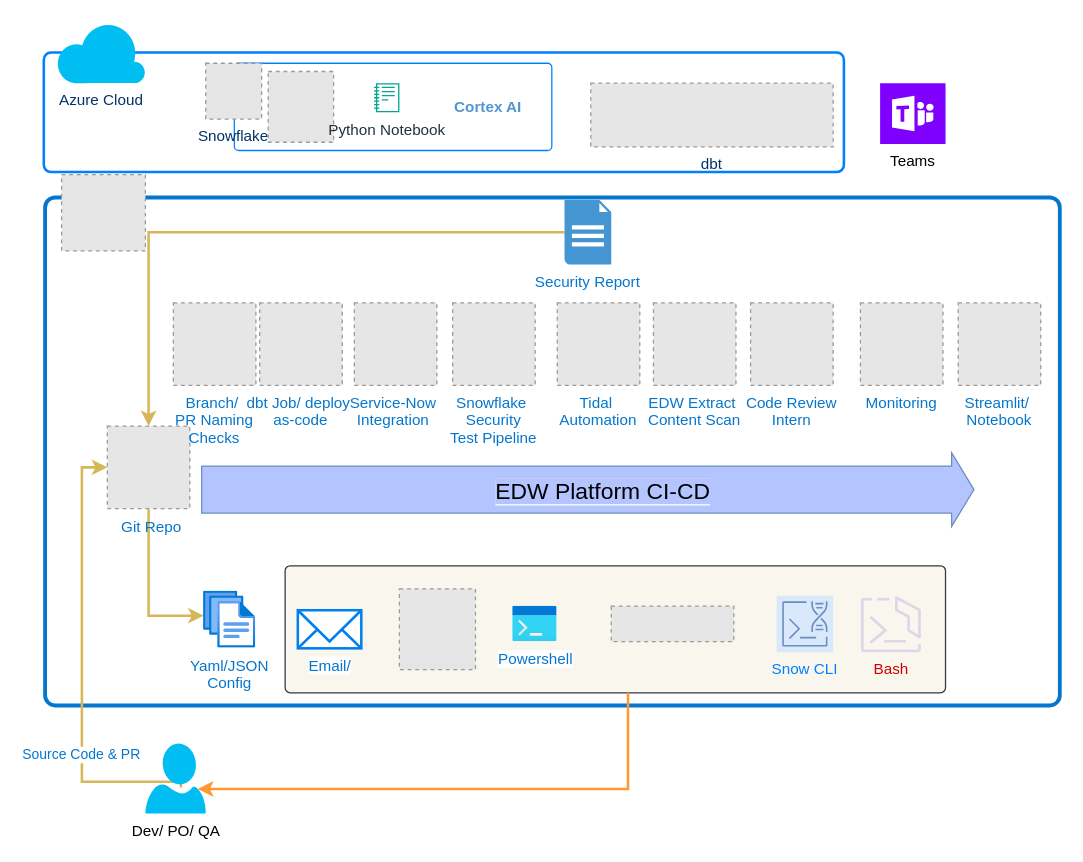
Above: AzureDevOpsAutomations.drawio in jijeeshme/diagrams (draw.io), before the change. Source tidied: cells renumbered, new cells numbered last; positions are measured from the earlier drawing's top-left corner, leaving out a move shared by most shapes. Both pictures are drawn from the tidied source at 127%, with x=0, y=0 at pixel (43, 22). Pictures stored in the file or linked from it are replaced by grey dashed boxes.
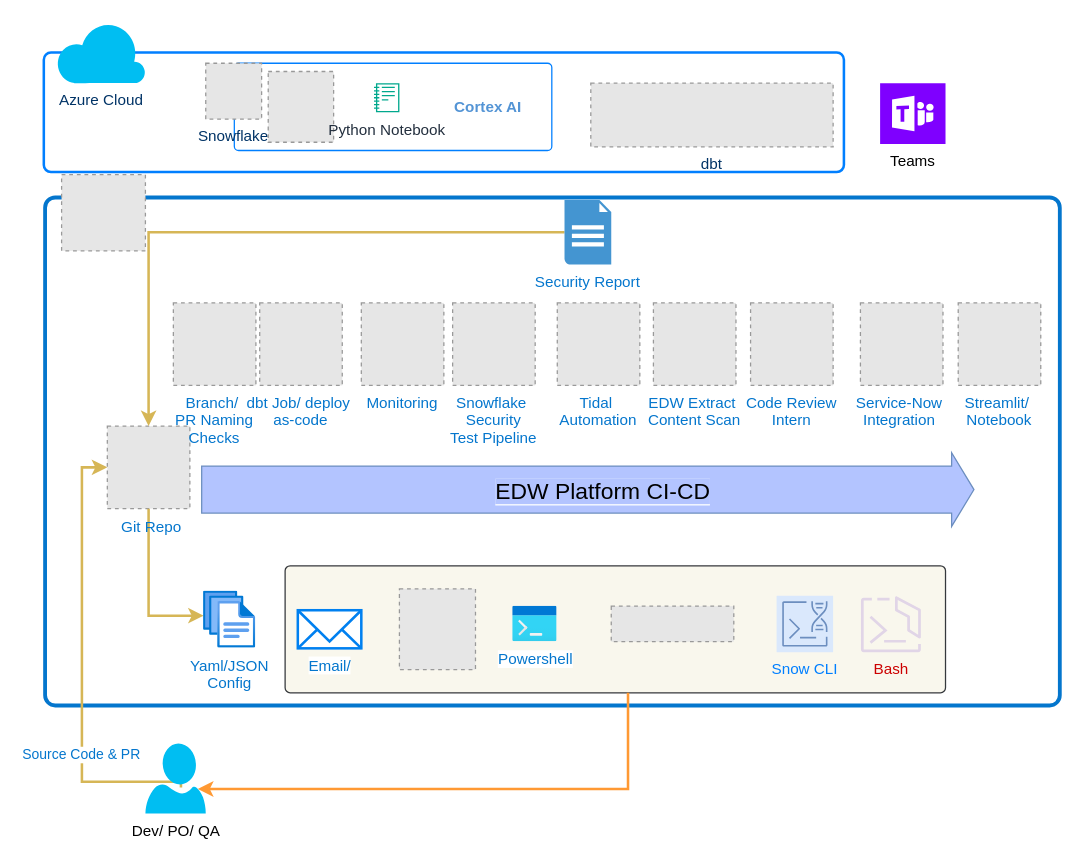
Above is the later version.

Change to the diagram source:
```diff
@@
-    <mxCell id="30" value="Service-Now &#10;Integration " style="fillColor=#E6E6E6;strokeColor=#999999;dashed=1;verticalLabelPosition=bottom;verticalAlign=top;fontColor=#0476CD;" parent="1" vertex="1">
-      <mxGeometry x="244.5" y="221" width="65" height="65" as="geometry" />
+    <mxCell id="30" value="Monitoring" style="fillColor=#E6E6E6;strokeColor=#999999;dashed=1;verticalLabelPosition=bottom;verticalAlign=top;fontColor=#0476CD;" parent="1" vertex="1">
+      <mxGeometry x="250" y="221" width="65" height="65" as="geometry" />
     </mxCell>
@@
-    <mxCell id="33" value="Monitoring" style="fillColor=#E6E6E6;strokeColor=#999999;dashed=1;verticalLabelPosition=bottom;verticalAlign=top;fontColor=#0476CD;" parent="1" vertex="1">
+    <mxCell id="33" value="Service-Now &#10;Integration " style="fillColor=#E6E6E6;strokeColor=#999999;dashed=1;verticalLabelPosition=bottom;verticalAlign=top;fontColor=#0476CD;" parent="1" vertex="1">
       <mxGeometry x="643" y="221" width="65" height="65" as="geometry" />
     </mxCell>
```
